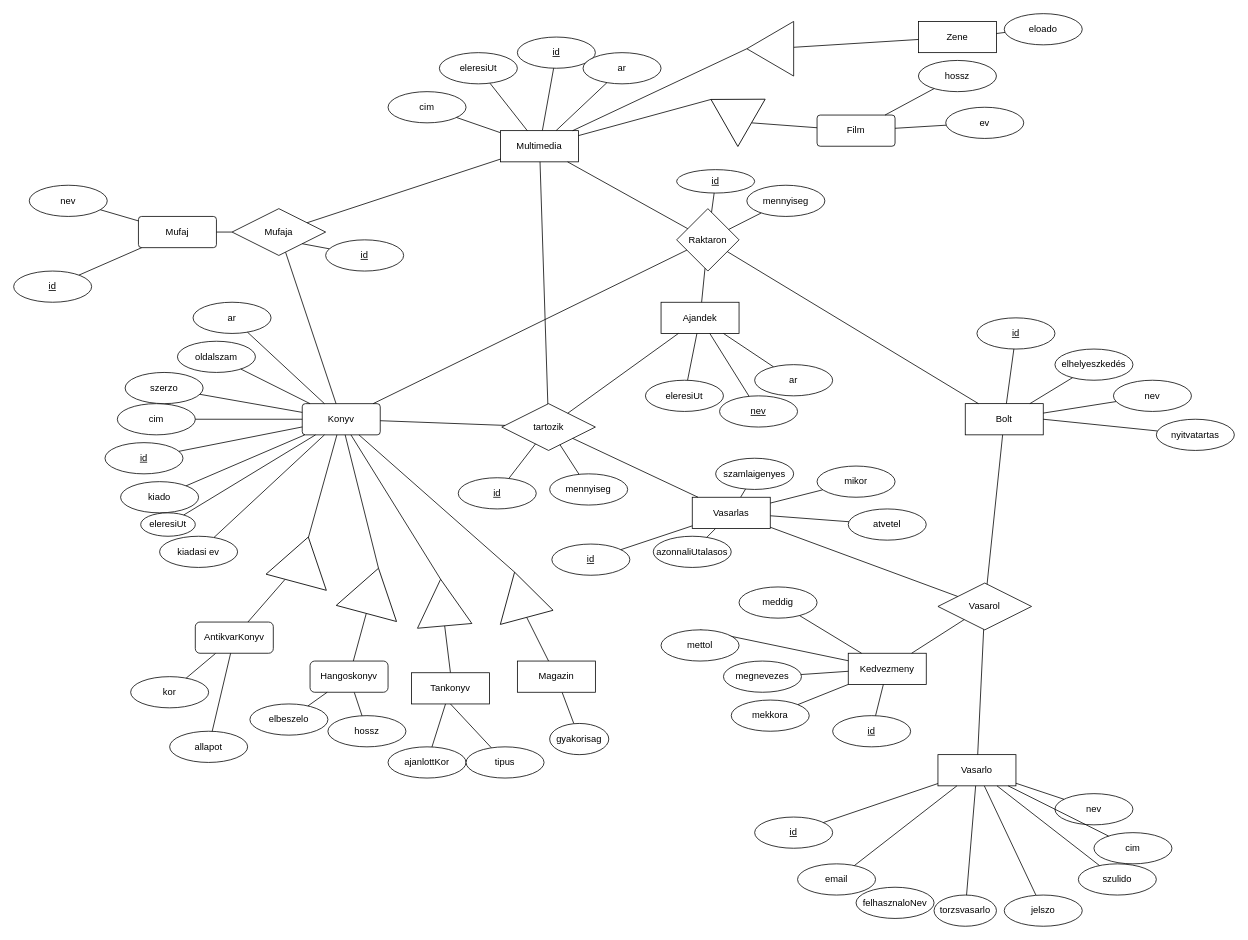
This is diagram/ek-diagram.drawio from SimSom491/Bookshop, a draw.io file, before an edit. Source tidied: cells renumbered, new cells numbered last; positions are measured from the earlier drawing's top-left corner, leaving out a move shared by most shapes. Both pictures are drawn from the tidied source at 78%, with x=0, y=0 at pixel (13, 13).
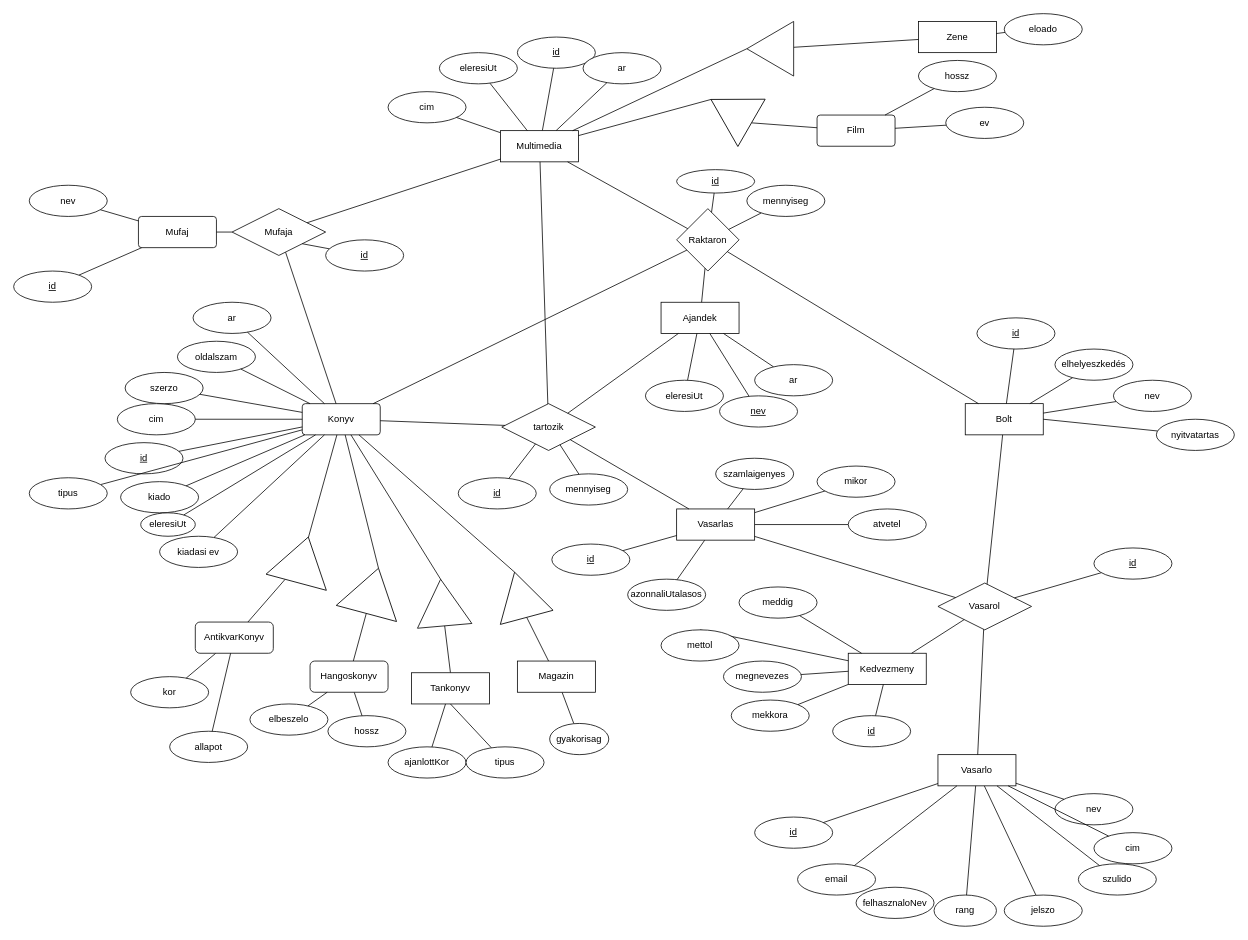
The same page after the edit.

Unchanged cells that the change refers to:
```xml
<mxCell id="9" value="Konyv" style="rounded=1;arcSize=10;whiteSpace=wrap;html=1;align=center;" parent="1" vertex="1">
  <mxGeometry x="370" y="500" width="100" height="40" as="geometry" />
</mxCell>
<mxCell id="29" value="Vasarol" style="shape=rhombus;perimeter=rhombusPerimeter;whiteSpace=wrap;html=1;align=center;" parent="1" vertex="1">
  <mxGeometry x="1185" y="730" width="120" height="60" as="geometry" />
</mxCell>
```

Change to the diagram source:
```diff
@@
-    <mxCell id="40" value="torzsvasarlo" style="ellipse;whiteSpace=wrap;html=1;align=center;" parent="1" vertex="1">
+    <mxCell id="40" value="rang" style="ellipse;whiteSpace=wrap;html=1;align=center;" parent="1" vertex="1">
       <mxGeometry x="1180" y="1130" width="80" height="40" as="geometry" />
     </mxCell>
@@
     <mxCell id="45" value="azonnaliUtalasos" style="ellipse;whiteSpace=wrap;html=1;align=center;" parent="1" vertex="1">
-      <mxGeometry x="820" y="670" width="100" height="40" as="geometry" />
+      <mxGeometry x="787.2" y="725" width="100" height="40" as="geometry" />
     </mxCell>
@@
     <mxCell id="149" value="Vasarlas" style="whiteSpace=wrap;html=1;align=center;" parent="1" vertex="1">
-      <mxGeometry x="870" y="620" width="100" height="40" as="geometry" />
+      <mxGeometry x="850" y="635" width="100" height="40" as="geometry" />
     </mxCell>
@@
+    <mxCell id="162" style="endArrow=none;html=1;" parent="1" edge="1" source="163" target="9">
+      <mxGeometry relative="1" as="geometry" />
+    </mxCell>
+    <mxCell id="163" value="tipus" style="ellipse;whiteSpace=wrap;html=1;align=center;" parent="1" vertex="1">
+      <mxGeometry x="20" y="595" width="100" height="40" as="geometry" />
+    </mxCell>
+    <mxCell id="164" style="endArrow=none;html=1;" parent="1" edge="1" source="165" target="29">
+      <mxGeometry relative="1" as="geometry" />
+    </mxCell>
+    <mxCell id="165" value="id" style="ellipse;whiteSpace=wrap;html=1;align=center;fontStyle=4;" parent="1" vertex="1">
+      <mxGeometry x="1385" y="685" width="100" height="40" as="geometry" />
+    </mxCell>
```
